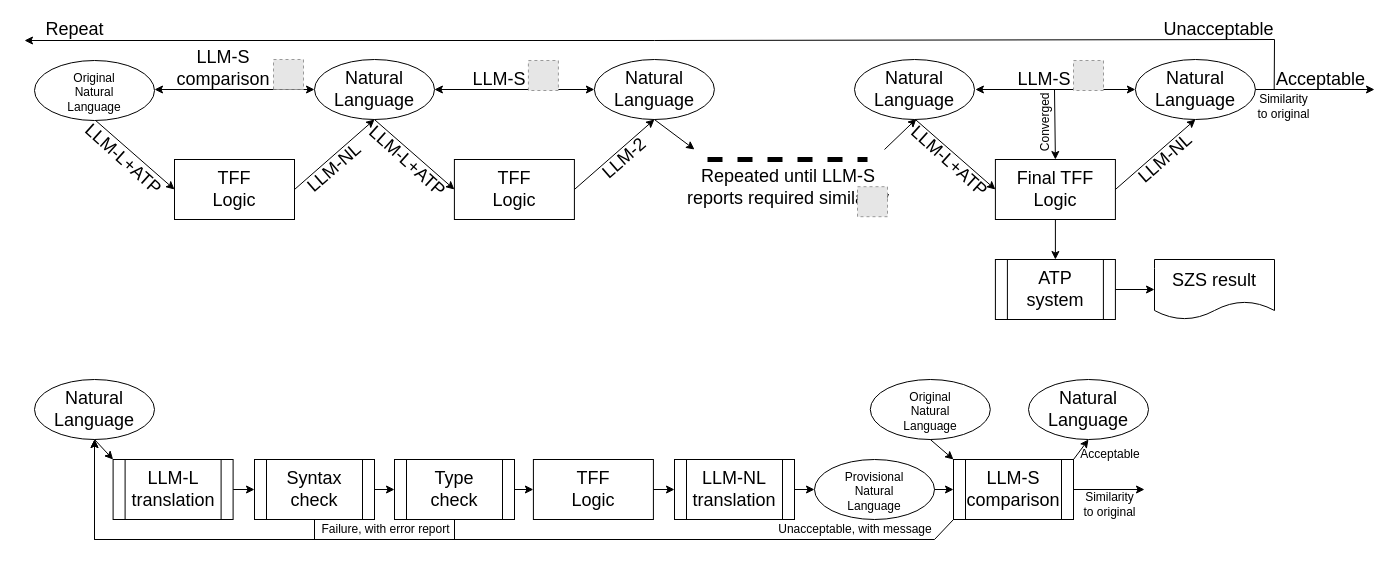
Earlier version of the draw.io diagram 2026_FLAIRS-39/Architecture.drawio (GeoffsPapers/ShZZaM). Source tidied: cells renumbered, new cells numbered last; positions are measured from the earlier drawing's top-left corner, leaving out a move shared by most shapes. Both pictures are drawn from the tidied source at 100%, with x=0, y=0 at pixel (24, 17). Pictures stored in the file or linked from it are replaced by grey dashed boxes.
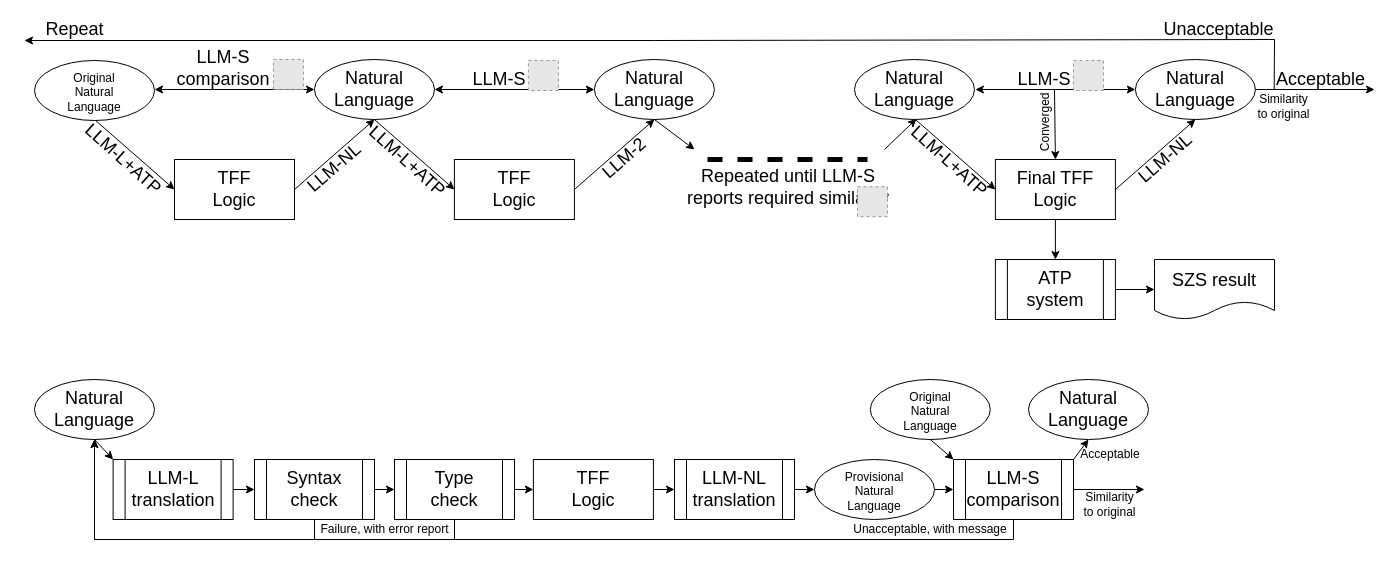
The same diagram, later.

Unchanged cells that the change refers to:
```xml
<mxCell id="42" value="Natural&lt;div&gt;Language&lt;/div&gt;" style="ellipse;whiteSpace=wrap;html=1;fontSize=18;" parent="1" vertex="1">
  <mxGeometry x="10" y="362" width="120" height="60" as="geometry" />
</mxCell>
<mxCell id="55" value="&lt;div&gt;&lt;span style=&quot;font-size: 18px;&quot;&gt;LLM-S&lt;/span&gt;&lt;/div&gt;&lt;div&gt;&lt;span style=&quot;font-size: 18px;&quot;&gt;comparison&lt;/span&gt;&lt;/div&gt;" style="shape=process;whiteSpace=wrap;html=1;backgroundOutline=1;" parent="1" vertex="1">
  <mxGeometry x="929" y="442" width="120" height="60" as="geometry" />
</mxCell>
```

Change to the diagram source:
```diff
@@
     <mxCell id="53" value="Failure, with error report" style="text;html=1;whiteSpace=wrap;strokeColor=none;fillColor=none;align=center;verticalAlign=middle;rounded=0;" parent="1" vertex="1">
-      <mxGeometry x="293.9" y="497" width="135" height="30" as="geometry" />
+      <mxGeometry x="292.9" y="497" width="135" height="30" as="geometry" />
     </mxCell>
@@
-    <mxCell id="59" style="endArrow=classic;html=1;rounded=0;exitX=0;exitY=1;exitDx=0;exitDy=0;entryX=0.5;entryY=1;entryDx=0;entryDy=0;" parent="1" edge="1" source="55" target="42">
+    <mxCell id="59" style="endArrow=classic;html=1;rounded=0;exitX=0.5;exitY=1;exitDx=0;exitDy=0;entryX=0.5;entryY=1;entryDx=0;entryDy=0;" parent="1" edge="1" source="55" target="42">
       <mxGeometry relative="1" as="geometry">
         <Array as="points">
-          <mxPoint x="910" y="522" />
+          <mxPoint x="989" y="522" />
           <mxPoint x="70" y="522" />
         </Array>
       </mxGeometry>
     </mxCell>
     <mxCell id="60" value="Unacceptable, with message" style="text;html=1;whiteSpace=wrap;strokeColor=none;fillColor=none;align=center;verticalAlign=middle;rounded=0;" parent="1" vertex="1">
-      <mxGeometry x="747.4" y="497" width="167.5" height="30" as="geometry" />
+      <mxGeometry x="822.1" y="497" width="167.5" height="30" as="geometry" />
     </mxCell>
```
